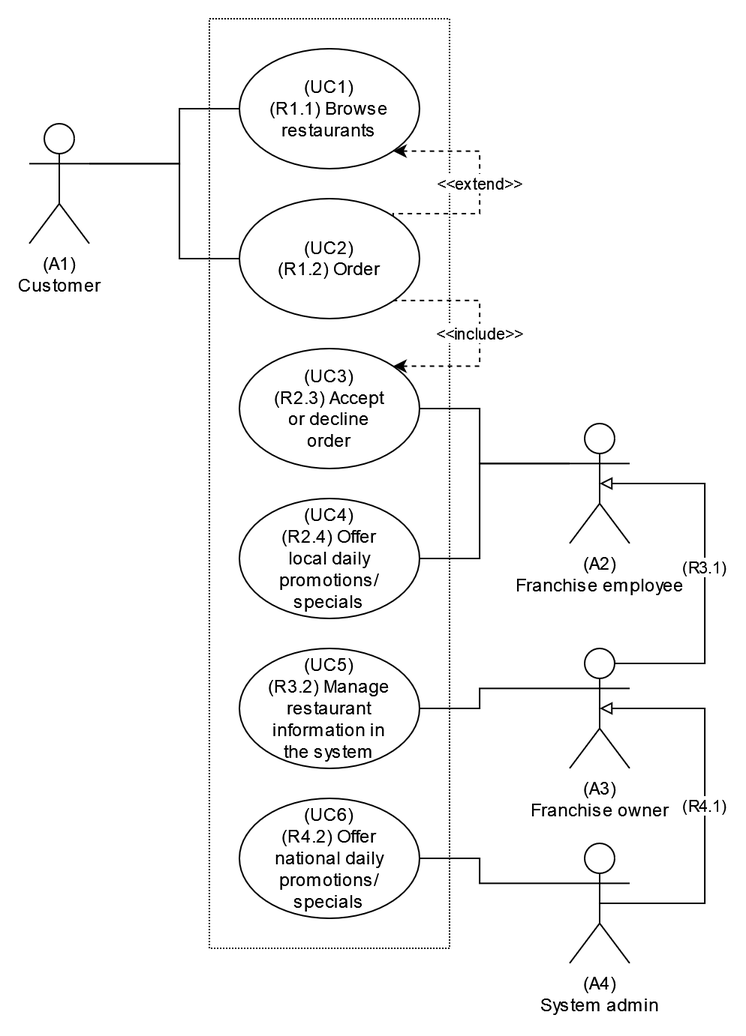
The draw.io diagram use-case-diagram-1.png in soofka/aop-example, before a commit. Source tidied: cells renumbered, new cells last; positions are measured from the earlier drawing's top-left corner, leaving out a move shared by most shapes. Source of this version:
```xml
<mxGraphModel>
  <root>
    <mxCell id="0" />
    <mxCell id="1" parent="0" />
    <mxCell id="2" style="rounded=0;whiteSpace=wrap;html=1;fontSize=11;dashed=1;dashPattern=1 1;" parent="1" vertex="1">
      <mxGeometry x="120" width="160" height="620" as="geometry" />
    </mxCell>
    <mxCell id="3" value="&lt;div&gt;(A1)&lt;/div&gt;&lt;div&gt;Customer&lt;/div&gt;" style="shape=umlActor;verticalLabelPosition=bottom;verticalAlign=top;html=1;outlineConnect=0;" parent="1" vertex="1">
      <mxGeometry y="70" width="40" height="80" as="geometry" />
    </mxCell>
    <mxCell id="4" value="&lt;div&gt;(UC2)&lt;br&gt;&lt;/div&gt;&lt;div&gt;(R1.2) Order&lt;/div&gt;" style="ellipse;whiteSpace=wrap;html=1;" parent="1" vertex="1">
      <mxGeometry x="140" y="120" width="120" height="80" as="geometry" />
    </mxCell>
    <mxCell id="5" value="&lt;div&gt;(UC4)&lt;br&gt;&lt;/div&gt;&lt;div&gt;(R2.4) Offer&lt;/div&gt;&lt;div&gt;local daily&lt;/div&gt;&lt;div&gt;promotions/&lt;/div&gt;&lt;div&gt;specials&lt;br&gt;&lt;/div&gt;" style="ellipse;whiteSpace=wrap;html=1;" parent="1" vertex="1">
      <mxGeometry x="140" y="320" width="120" height="80" as="geometry" />
    </mxCell>
    <mxCell id="6" value="&lt;div&gt;(UC5)&lt;br&gt;&lt;/div&gt;&lt;div&gt;(R3.2) Manage&lt;/div&gt;&lt;div&gt;restaurant&lt;/div&gt;&lt;div&gt;information in&lt;/div&gt;&lt;div&gt;the system&lt;br&gt;&lt;/div&gt;" style="ellipse;whiteSpace=wrap;html=1;" parent="1" vertex="1">
      <mxGeometry x="140" y="420" width="120" height="80" as="geometry" />
    </mxCell>
    <mxCell id="7" value="&lt;div&gt;(UC1)&lt;/div&gt;&lt;div&gt;(R1.1) Browse&lt;/div&gt;&lt;div&gt;restaurants&lt;/div&gt;" style="ellipse;whiteSpace=wrap;html=1;" parent="1" vertex="1">
      <mxGeometry x="140" y="20" width="120" height="80" as="geometry" />
    </mxCell>
    <mxCell id="8" value="&lt;div&gt;(A4)&lt;/div&gt;&lt;div&gt;System admin&lt;/div&gt;" style="shape=umlActor;verticalLabelPosition=bottom;verticalAlign=top;html=1;outlineConnect=0;" parent="1" vertex="1">
      <mxGeometry x="360" y="550" width="40" height="80" as="geometry" />
    </mxCell>
    <mxCell id="9" value="&lt;div&gt;(UC6)&lt;br&gt;&lt;/div&gt;&lt;div&gt;(R4.2) Offer&lt;/div&gt;&lt;div&gt;national daily&lt;/div&gt;&lt;div&gt;promotions/&lt;/div&gt;&lt;div&gt;specials&lt;br&gt;&lt;/div&gt;" style="ellipse;whiteSpace=wrap;html=1;" parent="1" vertex="1">
      <mxGeometry x="140" y="520" width="120" height="80" as="geometry" />
    </mxCell>
    <mxCell id="10" style="endArrow=none;html=1;rounded=0;fontSize=10;exitX=1;exitY=0.3333333333333333;exitDx=0;exitDy=0;exitPerimeter=0;entryX=0;entryY=0.5;entryDx=0;entryDy=0;edgeStyle=orthogonalEdgeStyle;jumpStyle=arc;" parent="1" edge="1" source="3" target="7">
      <mxGeometry relative="1" as="geometry">
        <Array as="points">
          <mxPoint x="100" y="97" />
          <mxPoint x="100" y="60" />
        </Array>
      </mxGeometry>
    </mxCell>
    <mxCell id="11" style="endArrow=none;html=1;rounded=0;fontSize=10;exitX=1;exitY=0.3333333333333333;exitDx=0;exitDy=0;exitPerimeter=0;entryX=0;entryY=0.5;entryDx=0;entryDy=0;edgeStyle=orthogonalEdgeStyle;jumpStyle=arc;" parent="1" edge="1" source="3" target="4">
      <mxGeometry relative="1" as="geometry">
        <Array as="points">
          <mxPoint x="100" y="97" />
          <mxPoint x="100" y="160" />
        </Array>
      </mxGeometry>
    </mxCell>
    <mxCell id="12" style="endArrow=none;html=1;rounded=0;fontSize=10;exitX=0;exitY=0.3333333333333333;exitDx=0;exitDy=0;exitPerimeter=0;entryX=1;entryY=0.5;entryDx=0;entryDy=0;edgeStyle=orthogonalEdgeStyle;jumpStyle=arc;" parent="1" edge="1" source="18" target="15">
      <mxGeometry relative="1" as="geometry">
        <Array as="points">
          <mxPoint x="300" y="297" />
          <mxPoint x="300" y="260" />
        </Array>
      </mxGeometry>
    </mxCell>
    <mxCell id="13" style="endArrow=none;html=1;rounded=0;fontSize=10;entryX=1;entryY=0.5;entryDx=0;entryDy=0;edgeStyle=orthogonalEdgeStyle;jumpStyle=arc;exitX=0;exitY=0.3333333333333333;exitDx=0;exitDy=0;exitPerimeter=0;" parent="1" edge="1" source="17" target="6">
      <mxGeometry relative="1" as="geometry">
        <Array as="points">
          <mxPoint x="300" y="447" />
          <mxPoint x="300" y="460" />
        </Array>
      </mxGeometry>
    </mxCell>
    <mxCell id="14" style="endArrow=none;html=1;rounded=0;fontSize=10;exitX=0;exitY=0.3333333333333333;exitDx=0;exitDy=0;exitPerimeter=0;edgeStyle=orthogonalEdgeStyle;jumpStyle=arc;entryX=1;entryY=0.5;entryDx=0;entryDy=0;" parent="1" edge="1" source="8" target="9">
      <mxGeometry relative="1" as="geometry">
        <Array as="points">
          <mxPoint x="300" y="577" />
          <mxPoint x="300" y="560" />
        </Array>
      </mxGeometry>
    </mxCell>
    <mxCell id="15" value="&lt;div&gt;(UC3)&lt;br&gt;&lt;/div&gt;&lt;div&gt;(R2.3) Accept&lt;/div&gt;&lt;div&gt;or decline&lt;/div&gt;&lt;div&gt;order&lt;br&gt;&lt;/div&gt;" style="ellipse;whiteSpace=wrap;html=1;" parent="1" vertex="1">
      <mxGeometry x="140" y="220" width="120" height="80" as="geometry" />
    </mxCell>
    <mxCell id="16" style="endArrow=none;html=1;rounded=0;fontSize=10;entryX=1;entryY=0.5;entryDx=0;entryDy=0;edgeStyle=orthogonalEdgeStyle;jumpStyle=arc;exitX=0;exitY=0.3333333333333333;exitDx=0;exitDy=0;exitPerimeter=0;" parent="1" edge="1" source="18" target="5">
      <mxGeometry relative="1" as="geometry">
        <Array as="points">
          <mxPoint x="300" y="297" />
          <mxPoint x="300" y="360" />
        </Array>
      </mxGeometry>
    </mxCell>
    <mxCell id="17" value="&lt;div&gt;(A3)&lt;/div&gt;&lt;div&gt;Franchise owner&lt;/div&gt;" style="shape=umlActor;verticalLabelPosition=bottom;verticalAlign=top;html=1;outlineConnect=0;" parent="1" vertex="1">
      <mxGeometry x="360" y="420" width="40" height="80" as="geometry" />
    </mxCell>
    <mxCell id="18" value="&lt;div&gt;(A2)&lt;/div&gt;&lt;div&gt;Franchise employee&lt;/div&gt;" style="shape=umlActor;verticalLabelPosition=bottom;verticalAlign=top;html=1;outlineConnect=0;" parent="1" vertex="1">
      <mxGeometry x="360" y="270" width="40" height="80" as="geometry" />
    </mxCell>
    <mxCell id="19" value="&amp;lt;&amp;lt;include&amp;gt;&amp;gt;" style="endArrow=none;html=1;rounded=0;fontSize=11;exitX=1;exitY=0;exitDx=0;exitDy=0;entryX=1;entryY=1;entryDx=0;entryDy=0;edgeStyle=orthogonalEdgeStyle;jumpStyle=arc;startArrow=classic;startFill=1;dashed=1;" parent="1" edge="1" source="15" target="4">
      <mxGeometry relative="1" as="geometry">
        <Array as="points">
          <mxPoint x="300" y="232" />
          <mxPoint x="300" y="188" />
        </Array>
      </mxGeometry>
    </mxCell>
    <mxCell id="20" value="(R3.1)" style="endArrow=block;html=1;rounded=0;fontSize=11;exitX=0.75;exitY=0.1;exitDx=0;exitDy=0;edgeStyle=orthogonalEdgeStyle;jumpStyle=arc;startArrow=none;startFill=0;exitPerimeter=0;endFill=0;entryX=0.5;entryY=0.5;entryDx=0;entryDy=0;entryPerimeter=0;" parent="1" edge="1" source="17" target="18">
      <mxGeometry relative="1" as="geometry">
        <Array as="points">
          <mxPoint x="390" y="430" />
          <mxPoint x="450" y="430" />
          <mxPoint x="450" y="310" />
        </Array>
      </mxGeometry>
    </mxCell>
    <mxCell id="21" value="(R4.1)" style="endArrow=block;html=1;rounded=0;fontSize=11;exitX=0.5;exitY=0.5;exitDx=0;exitDy=0;edgeStyle=orthogonalEdgeStyle;jumpStyle=arc;startArrow=none;startFill=0;exitPerimeter=0;endFill=0;entryX=0.5;entryY=0.5;entryDx=0;entryDy=0;entryPerimeter=0;" parent="1" edge="1" source="8" target="17">
      <mxGeometry relative="1" as="geometry">
        <Array as="points">
          <mxPoint x="450" y="590" />
          <mxPoint x="450" y="460" />
        </Array>
      </mxGeometry>
    </mxCell>
    <mxCell id="22" value="&amp;lt;&amp;lt;extend&amp;gt;&amp;gt;" style="endArrow=none;html=1;rounded=0;fontSize=11;exitX=1;exitY=1;exitDx=0;exitDy=0;entryX=1;entryY=0;entryDx=0;entryDy=0;edgeStyle=orthogonalEdgeStyle;jumpStyle=arc;startArrow=classic;startFill=1;dashed=1;" parent="1" edge="1" source="7" target="4">
      <mxGeometry relative="1" as="geometry">
        <Array as="points">
          <mxPoint x="300" y="88" />
          <mxPoint x="300" y="130" />
          <mxPoint x="242" y="130" />
        </Array>
      </mxGeometry>
    </mxCell>
  </root>
</mxGraphModel>
```
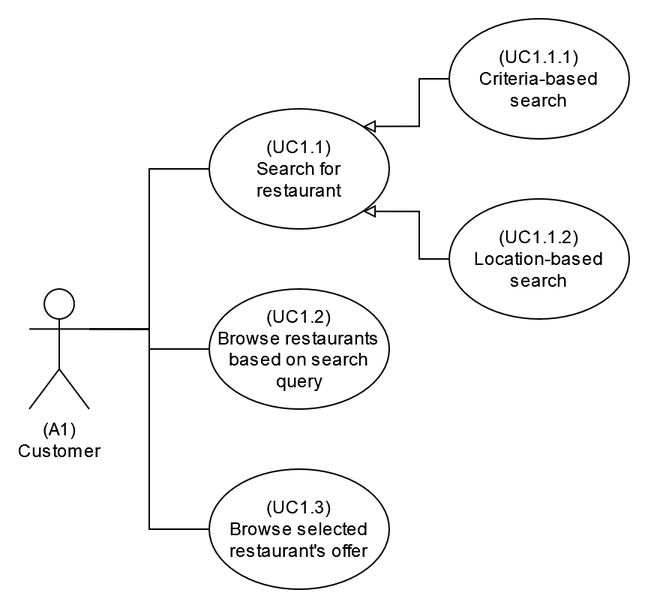
Above is the later version.

What changed in the source:
```diff
@@ -2,120 +2,53 @@
   <root>
     <mxCell id="0" />
     <mxCell id="1" parent="0" />
-    <mxCell id="2" style="rounded=0;whiteSpace=wrap;html=1;fontSize=11;dashed=1;dashPattern=1 1;" parent="1" vertex="1">
-      <mxGeometry x="120" width="160" height="620" as="geometry" />
+    <mxCell id="2" value="&lt;div&gt;(A1)&lt;/div&gt;&lt;div&gt;Customer&lt;/div&gt;" style="shape=umlActor;verticalLabelPosition=bottom;verticalAlign=top;html=1;outlineConnect=0;" parent="1" vertex="1">
+      <mxGeometry x="620" y="120" width="40" height="80" as="geometry" />
     </mxCell>
-    <mxCell id="3" value="&lt;div&gt;(A1)&lt;/div&gt;&lt;div&gt;Customer&lt;/div&gt;" style="shape=umlActor;verticalLabelPosition=bottom;verticalAlign=top;html=1;outlineConnect=0;" parent="1" vertex="1">
-      <mxGeometry y="70" width="40" height="80" as="geometry" />
+    <mxCell id="3" value="&lt;div&gt;(UC1.1)&lt;/div&gt;&lt;div&gt;Search for&lt;/div&gt;&lt;div&gt;restaurant&lt;br&gt;&lt;/div&gt;" style="ellipse;whiteSpace=wrap;html=1;" parent="1" vertex="1">
+      <mxGeometry x="740" width="120" height="80" as="geometry" />
     </mxCell>
-    <mxCell id="4" value="&lt;div&gt;(UC2)&lt;br&gt;&lt;/div&gt;&lt;div&gt;(R1.2) Order&lt;/div&gt;" style="ellipse;whiteSpace=wrap;html=1;" parent="1" vertex="1">
-      <mxGeometry x="140" y="120" width="120" height="80" as="geometry" />
+    <mxCell id="4" style="endArrow=none;html=1;rounded=0;fontSize=10;exitX=1;exitY=0.3333333333333333;exitDx=0;exitDy=0;exitPerimeter=0;entryX=0;entryY=0.5;entryDx=0;entryDy=0;edgeStyle=orthogonalEdgeStyle;jumpStyle=arc;" parent="1" edge="1" source="2" target="3">
+      <mxGeometry relative="1" as="geometry">
+        <Array as="points">
+          <mxPoint x="700" y="147" />
+          <mxPoint x="700" y="40" />
+        </Array>
+      </mxGeometry>
     </mxCell>
-    <mxCell id="5" value="&lt;div&gt;(UC4)&lt;br&gt;&lt;/div&gt;&lt;div&gt;(R2.4) Offer&lt;/div&gt;&lt;div&gt;local daily&lt;/div&gt;&lt;div&gt;promotions/&lt;/div&gt;&lt;div&gt;specials&lt;br&gt;&lt;/div&gt;" style="ellipse;whiteSpace=wrap;html=1;" parent="1" vertex="1">
-      <mxGeometry x="140" y="320" width="120" height="80" as="geometry" />
+    <mxCell id="5" value="&lt;div&gt;&lt;div&gt;(UC1.1.2)&lt;/div&gt;&lt;div&gt;Location-based&lt;/div&gt;&lt;div&gt;search&lt;/div&gt;&lt;/div&gt;" style="ellipse;whiteSpace=wrap;html=1;" parent="1" vertex="1">
+      <mxGeometry x="900" y="60" width="120" height="80" as="geometry" />
     </mxCell>
-    <mxCell id="6" value="&lt;div&gt;(UC5)&lt;br&gt;&lt;/div&gt;&lt;div&gt;(R3.2) Manage&lt;/div&gt;&lt;div&gt;restaurant&lt;/div&gt;&lt;div&gt;information in&lt;/div&gt;&lt;div&gt;the system&lt;br&gt;&lt;/div&gt;" style="ellipse;whiteSpace=wrap;html=1;" parent="1" vertex="1">
-      <mxGeometry x="140" y="420" width="120" height="80" as="geometry" />
+    <mxCell id="6" value="(UC1.1.1)&lt;div&gt;Criteria-based&lt;/div&gt;search" style="ellipse;whiteSpace=wrap;html=1;" parent="1" vertex="1">
+      <mxGeometry x="900" y="-60" width="120" height="80" as="geometry" />
     </mxCell>
-    <mxCell id="7" value="&lt;div&gt;(UC1)&lt;/div&gt;&lt;div&gt;(R1.1) Browse&lt;/div&gt;&lt;div&gt;restaurants&lt;/div&gt;" style="ellipse;whiteSpace=wrap;html=1;" parent="1" vertex="1">
-      <mxGeometry x="140" y="20" width="120" height="80" as="geometry" />
+    <mxCell id="7" style="endArrow=block;html=1;rounded=0;labelBackgroundColor=default;fontSize=12;jumpStyle=arc;exitX=0;exitY=0.5;exitDx=0;exitDy=0;edgeStyle=orthogonalEdgeStyle;endFill=0;entryX=1;entryY=1;entryDx=0;entryDy=0;" parent="1" edge="1" source="5" target="3">
+      <mxGeometry relative="1" as="geometry" />
     </mxCell>
-    <mxCell id="8" value="&lt;div&gt;(A4)&lt;/div&gt;&lt;div&gt;System admin&lt;/div&gt;" style="shape=umlActor;verticalLabelPosition=bottom;verticalAlign=top;html=1;outlineConnect=0;" parent="1" vertex="1">
-      <mxGeometry x="360" y="550" width="40" height="80" as="geometry" />
+    <mxCell id="8" style="endArrow=block;html=1;rounded=0;labelBackgroundColor=default;fontSize=12;jumpStyle=arc;entryX=1;entryY=0;entryDx=0;entryDy=0;exitX=0;exitY=0.5;exitDx=0;exitDy=0;edgeStyle=orthogonalEdgeStyle;endFill=0;" parent="1" edge="1" source="6" target="3">
+      <mxGeometry relative="1" as="geometry" />
     </mxCell>
-    <mxCell id="9" value="&lt;div&gt;(UC6)&lt;br&gt;&lt;/div&gt;&lt;div&gt;(R4.2) Offer&lt;/div&gt;&lt;div&gt;national daily&lt;/div&gt;&lt;div&gt;promotions/&lt;/div&gt;&lt;div&gt;specials&lt;br&gt;&lt;/div&gt;" style="ellipse;whiteSpace=wrap;html=1;" parent="1" vertex="1">
-      <mxGeometry x="140" y="520" width="120" height="80" as="geometry" />
+    <mxCell id="9" value="&lt;div&gt;(UC1.2)&lt;/div&gt;&lt;div&gt;Browse restaurants based on search query&lt;br&gt;&lt;/div&gt;" style="ellipse;whiteSpace=wrap;html=1;" parent="1" vertex="1">
+      <mxGeometry x="740" y="120" width="120" height="80" as="geometry" />
     </mxCell>
-    <mxCell id="10" style="endArrow=none;html=1;rounded=0;fontSize=10;exitX=1;exitY=0.3333333333333333;exitDx=0;exitDy=0;exitPerimeter=0;entryX=0;entryY=0.5;entryDx=0;entryDy=0;edgeStyle=orthogonalEdgeStyle;jumpStyle=arc;" parent="1" edge="1" source="3" target="7">
+    <mxCell id="10" style="endArrow=none;html=1;rounded=0;fontSize=10;entryX=0;entryY=0.5;entryDx=0;entryDy=0;edgeStyle=orthogonalEdgeStyle;jumpStyle=arc;exitX=1;exitY=0.3333333333333333;exitDx=0;exitDy=0;exitPerimeter=0;" parent="1" edge="1" source="2" target="9">
       <mxGeometry relative="1" as="geometry">
         <Array as="points">
-          <mxPoint x="100" y="97" />
-          <mxPoint x="100" y="60" />
+          <mxPoint x="700" y="147" />
+          <mxPoint x="700" y="160" />
         </Array>
       </mxGeometry>
     </mxCell>
-    <mxCell id="11" style="endArrow=none;html=1;rounded=0;fontSize=10;exitX=1;exitY=0.3333333333333333;exitDx=0;exitDy=0;exitPerimeter=0;entryX=0;entryY=0.5;entryDx=0;entryDy=0;edgeStyle=orthogonalEdgeStyle;jumpStyle=arc;" parent="1" edge="1" source="3" target="4">
-      <mxGeometry relative="1" as="geometry">
-        <Array as="points">
-          <mxPoint x="100" y="97" />
-          <mxPoint x="100" y="160" />
-        </Array>
-      </mxGeometry>
+    <mxCell id="11" value="&lt;div&gt;(UC1.3)&lt;/div&gt;&lt;div&gt;Browse selected restaurant's offer&lt;br&gt;&lt;/div&gt;" style="ellipse;whiteSpace=wrap;html=1;" parent="1" vertex="1">
+      <mxGeometry x="740" y="240" width="120" height="80" as="geometry" />
     </mxCell>
-    <mxCell id="12" style="endArrow=none;html=1;rounded=0;fontSize=10;exitX=0;exitY=0.3333333333333333;exitDx=0;exitDy=0;exitPerimeter=0;entryX=1;entryY=0.5;entryDx=0;entryDy=0;edgeStyle=orthogonalEdgeStyle;jumpStyle=arc;" parent="1" edge="1" source="18" target="15">
+    <mxCell id="12" style="endArrow=none;html=1;rounded=0;fontSize=10;exitX=1;exitY=0.3333333333333333;exitDx=0;exitDy=0;exitPerimeter=0;entryX=0;entryY=0.5;entryDx=0;entryDy=0;edgeStyle=orthogonalEdgeStyle;jumpStyle=arc;" parent="1" edge="1" source="2" target="11">
       <mxGeometry relative="1" as="geometry">
         <Array as="points">
-          <mxPoint x="300" y="297" />
-          <mxPoint x="300" y="260" />
+          <mxPoint x="700" y="147" />
+          <mxPoint x="700" y="280" />
         </Array>
       </mxGeometry>
     </mxCell>
-    <mxCell id="13" style="endArrow=none;html=1;rounded=0;fontSize=10;entryX=1;entryY=0.5;entryDx=0;entryDy=0;edgeStyle=orthogonalEdgeStyle;jumpStyle=arc;exitX=0;exitY=0.3333333333333333;exitDx=0;exitDy=0;exitPerimeter=0;" parent="1" edge="1" source="17" target="6">
-      <mxGeometry relative="1" as="geometry">
-        <Array as="points">
-          <mxPoint x="300" y="447" />
-          <mxPoint x="300" y="460" />
-        </Array>
-      </mxGeometry>
-    </mxCell>
-    <mxCell id="14" style="endArrow=none;html=1;rounded=0;fontSize=10;exitX=0;exitY=0.3333333333333333;exitDx=0;exitDy=0;exitPerimeter=0;edgeStyle=orthogonalEdgeStyle;jumpStyle=arc;entryX=1;entryY=0.5;entryDx=0;entryDy=0;" parent="1" edge="1" source="8" target="9">
-      <mxGeometry relative="1" as="geometry">
-        <Array as="points">
-          <mxPoint x="300" y="577" />
-          <mxPoint x="300" y="560" />
-        </Array>
-      </mxGeometry>
-    </mxCell>
-    <mxCell id="15" value="&lt;div&gt;(UC3)&lt;br&gt;&lt;/div&gt;&lt;div&gt;(R2.3) Accept&lt;/div&gt;&lt;div&gt;or decline&lt;/div&gt;&lt;div&gt;order&lt;br&gt;&lt;/div&gt;" style="ellipse;whiteSpace=wrap;html=1;" parent="1" vertex="1">
-      <mxGeometry x="140" y="220" width="120" height="80" as="geometry" />
-    </mxCell>
-    <mxCell id="16" style="endArrow=none;html=1;rounded=0;fontSize=10;entryX=1;entryY=0.5;entryDx=0;entryDy=0;edgeStyle=orthogonalEdgeStyle;jumpStyle=arc;exitX=0;exitY=0.3333333333333333;exitDx=0;exitDy=0;exitPerimeter=0;" parent="1" edge="1" source="18" target="5">
-      <mxGeometry relative="1" as="geometry">
-        <Array as="points">
-          <mxPoint x="300" y="297" />
-          <mxPoint x="300" y="360" />
-        </Array>
-      </mxGeometry>
-    </mxCell>
-    <mxCell id="17" value="&lt;div&gt;(A3)&lt;/div&gt;&lt;div&gt;Franchise owner&lt;/div&gt;" style="shape=umlActor;verticalLabelPosition=bottom;verticalAlign=top;html=1;outlineConnect=0;" parent="1" vertex="1">
-      <mxGeometry x="360" y="420" width="40" height="80" as="geometry" />
-    </mxCell>
-    <mxCell id="18" value="&lt;div&gt;(A2)&lt;/div&gt;&lt;div&gt;Franchise employee&lt;/div&gt;" style="shape=umlActor;verticalLabelPosition=bottom;verticalAlign=top;html=1;outlineConnect=0;" parent="1" vertex="1">
-      <mxGeometry x="360" y="270" width="40" height="80" as="geometry" />
-    </mxCell>
-    <mxCell id="19" value="&amp;lt;&amp;lt;include&amp;gt;&amp;gt;" style="endArrow=none;html=1;rounded=0;fontSize=11;exitX=1;exitY=0;exitDx=0;exitDy=0;entryX=1;entryY=1;entryDx=0;entryDy=0;edgeStyle=orthogonalEdgeStyle;jumpStyle=arc;startArrow=classic;startFill=1;dashed=1;" parent="1" edge="1" source="15" target="4">
-      <mxGeometry relative="1" as="geometry">
-        <Array as="points">
-          <mxPoint x="300" y="232" />
-          <mxPoint x="300" y="188" />
-        </Array>
-      </mxGeometry>
-    </mxCell>
-    <mxCell id="20" value="(R3.1)" style="endArrow=block;html=1;rounded=0;fontSize=11;exitX=0.75;exitY=0.1;exitDx=0;exitDy=0;edgeStyle=orthogonalEdgeStyle;jumpStyle=arc;startArrow=none;startFill=0;exitPerimeter=0;endFill=0;entryX=0.5;entryY=0.5;entryDx=0;entryDy=0;entryPerimeter=0;" parent="1" edge="1" source="17" target="18">
-      <mxGeometry relative="1" as="geometry">
-        <Array as="points">
-          <mxPoint x="390" y="430" />
-          <mxPoint x="450" y="430" />
-          <mxPoint x="450" y="310" />
-        </Array>
-      </mxGeometry>
-    </mxCell>
-    <mxCell id="21" value="(R4.1)" style="endArrow=block;html=1;rounded=0;fontSize=11;exitX=0.5;exitY=0.5;exitDx=0;exitDy=0;edgeStyle=orthogonalEdgeStyle;jumpStyle=arc;startArrow=none;startFill=0;exitPerimeter=0;endFill=0;entryX=0.5;entryY=0.5;entryDx=0;entryDy=0;entryPerimeter=0;" parent="1" edge="1" source="8" target="17">
-      <mxGeometry relative="1" as="geometry">
-        <Array as="points">
-          <mxPoint x="450" y="590" />
-          <mxPoint x="450" y="460" />
-        </Array>
-      </mxGeometry>
-    </mxCell>
-    <mxCell id="22" value="&amp;lt;&amp;lt;extend&amp;gt;&amp;gt;" style="endArrow=none;html=1;rounded=0;fontSize=11;exitX=1;exitY=1;exitDx=0;exitDy=0;entryX=1;entryY=0;entryDx=0;entryDy=0;edgeStyle=orthogonalEdgeStyle;jumpStyle=arc;startArrow=classic;startFill=1;dashed=1;" parent="1" edge="1" source="7" target="4">
-      <mxGeometry relative="1" as="geometry">
-        <Array as="points">
-          <mxPoint x="300" y="88" />
-          <mxPoint x="300" y="130" />
-          <mxPoint x="242" y="130" />
-        </Array>
-      </mxGeometry>
-    </mxCell>
   </root>
 </mxGraphModel>
```
